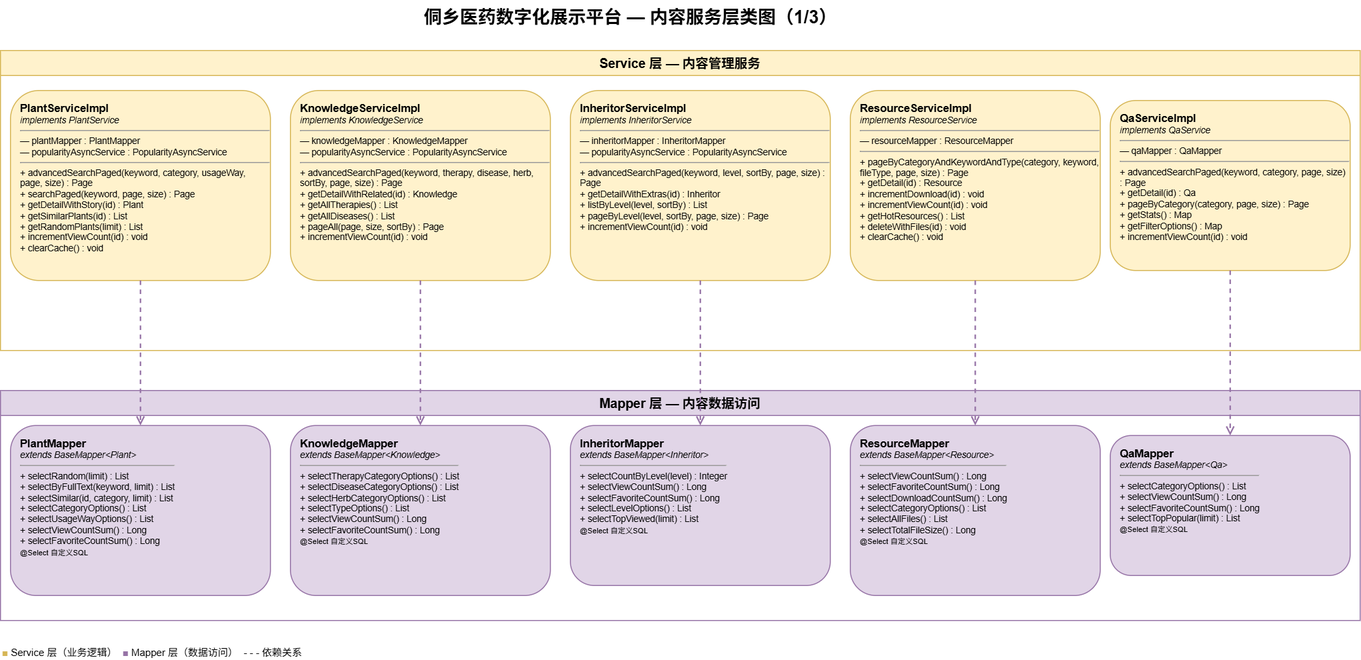
The draw.io diagram docs/diagrams-png/class-service-content.drawio.png in yhe3603-star/Graduation-Project, before a commit. Source tidied: cells renumbered, new cells last; positions are measured from the earlier drawing's top-left corner, leaving out a move shared by most shapes. Its diagram source:
```xml
<mxGraphModel>
  <root>
    <mxCell id="0" />
    <mxCell id="1" parent="0" />
    <mxCell id="2" value="侗乡医药数字化展示平台 — 内容服务层类图（1/3）" style="text;html=1;fontSize=18;fontStyle=1;align=center;" parent="1" vertex="1">
      <mxGeometry x="380" width="500" height="35" as="geometry" />
    </mxCell>
    <mxCell id="3" value="Service 层 — 内容管理服务" style="swimlane;startSize=25;fillColor=#fff2cc;strokeColor=#d6b656;fontStyle=1;fontSize=13;" parent="1" vertex="1">
      <mxGeometry y="50" width="1360" height="300" as="geometry" />
    </mxCell>
    <mxCell id="4" value="&lt;b style='font-size:11px'&gt;PlantServiceImpl&lt;/b&gt;&lt;br&gt;&lt;i&gt;implements PlantService&lt;/i&gt;&lt;hr size='1'&gt;— plantMapper : PlantMapper&lt;br&gt;— popularityAsyncService : PopularityAsyncService&lt;hr size='1'&gt;+ advancedSearchPaged(keyword, category, usageWay, page, size) : Page&lt;br&gt;+ searchPaged(keyword, page, size) : Page&lt;br&gt;+ getDetailWithStory(id) : Plant&lt;br&gt;+ getSimilarPlants(id) : List&lt;br&gt;+ getRandomPlants(limit) : List&lt;br&gt;+ incrementViewCount(id) : void&lt;br&gt;+ clearCache() : void" style="rounded=1;whiteSpace=wrap;html=1;fillColor=#fff2cc;strokeColor=#d6b656;fontSize=9;align=left;verticalAlign=top;spacingLeft=8;spacingTop=5;" parent="3" vertex="1">
      <mxGeometry x="10" y="40" width="260" height="190" as="geometry" />
    </mxCell>
    <mxCell id="5" value="&lt;b style='font-size:11px'&gt;KnowledgeServiceImpl&lt;/b&gt;&lt;br&gt;&lt;i&gt;implements KnowledgeService&lt;/i&gt;&lt;hr size='1'&gt;— knowledgeMapper : KnowledgeMapper&lt;br&gt;— popularityAsyncService : PopularityAsyncService&lt;hr size='1'&gt;+ advancedSearchPaged(keyword, therapy, disease, herb, sortBy, page, size) : Page&lt;br&gt;+ getDetailWithRelated(id) : Knowledge&lt;br&gt;+ getAllTherapies() : List&lt;br&gt;+ getAllDiseases() : List&lt;br&gt;+ pageAll(page, size, sortBy) : Page&lt;br&gt;+ incrementViewCount(id) : void" style="rounded=1;whiteSpace=wrap;html=1;fillColor=#fff2cc;strokeColor=#d6b656;fontSize=9;align=left;verticalAlign=top;spacingLeft=8;spacingTop=5;" parent="3" vertex="1">
      <mxGeometry x="290" y="40" width="260" height="190" as="geometry" />
    </mxCell>
    <mxCell id="6" value="&lt;b style='font-size:11px'&gt;InheritorServiceImpl&lt;/b&gt;&lt;br&gt;&lt;i&gt;implements InheritorService&lt;/i&gt;&lt;hr size='1'&gt;— inheritorMapper : InheritorMapper&lt;br&gt;— popularityAsyncService : PopularityAsyncService&lt;hr size='1'&gt;+ advancedSearchPaged(keyword, level, sortBy, page, size) : Page&lt;br&gt;+ getDetailWithExtras(id) : Inheritor&lt;br&gt;+ listByLevel(level, sortBy) : List&lt;br&gt;+ pageByLevel(level, sortBy, page, size) : Page&lt;br&gt;+ incrementViewCount(id) : void" style="rounded=1;whiteSpace=wrap;html=1;fillColor=#fff2cc;strokeColor=#d6b656;fontSize=9;align=left;verticalAlign=top;spacingLeft=8;spacingTop=5;" parent="3" vertex="1">
      <mxGeometry x="570" y="40" width="260" height="190" as="geometry" />
    </mxCell>
    <mxCell id="7" value="&lt;b style='font-size:11px'&gt;ResourceServiceImpl&lt;/b&gt;&lt;br&gt;&lt;i&gt;implements ResourceService&lt;/i&gt;&lt;hr size='1'&gt;— resourceMapper : ResourceMapper&lt;hr size='1'&gt;+ pageByCategoryAndKeywordAndType(category, keyword, fileType, page, size) : Page&lt;br&gt;+ getDetail(id) : Resource&lt;br&gt;+ incrementDownload(id) : void&lt;br&gt;+ incrementViewCount(id) : void&lt;br&gt;+ getHotResources() : List&lt;br&gt;+ deleteWithFiles(id) : void&lt;br&gt;+ clearCache() : void" style="rounded=1;whiteSpace=wrap;html=1;fillColor=#fff2cc;strokeColor=#d6b656;fontSize=9;align=left;verticalAlign=top;spacingLeft=8;spacingTop=5;" parent="3" vertex="1">
      <mxGeometry x="850" y="40" width="250" height="190" as="geometry" />
    </mxCell>
    <mxCell id="8" value="&lt;b style='font-size:11px'&gt;QaServiceImpl&lt;/b&gt;&lt;br&gt;&lt;i&gt;implements QaService&lt;/i&gt;&lt;hr size='1'&gt;— qaMapper : QaMapper&lt;hr size='1'&gt;+ advancedSearchPaged(keyword, category, page, size) : Page&lt;br&gt;+ getDetail(id) : Qa&lt;br&gt;+ pageByCategory(category, page, size) : Page&lt;br&gt;+ getStats() : Map&lt;br&gt;+ getFilterOptions() : Map&lt;br&gt;+ incrementViewCount(id) : void" style="rounded=1;whiteSpace=wrap;html=1;fillColor=#fff2cc;strokeColor=#d6b656;fontSize=9;align=left;verticalAlign=top;spacingLeft=8;spacingTop=5;" parent="3" vertex="1">
      <mxGeometry x="1110" y="50" width="240" height="170" as="geometry" />
    </mxCell>
    <mxCell id="9" value="Mapper 层 — 内容数据访问" style="swimlane;startSize=25;fillColor=#e1d5e7;strokeColor=#9673a6;fontStyle=1;fontSize=13;" parent="1" vertex="1">
      <mxGeometry y="390" width="1360" height="230" as="geometry" />
    </mxCell>
    <mxCell id="10" value="&lt;b style='font-size:11px'&gt;PlantMapper&lt;/b&gt;&lt;br&gt;&lt;i&gt;extends BaseMapper&amp;lt;Plant&amp;gt;&lt;/i&gt;&lt;hr size='1'&gt;+ selectRandom(limit) : List&lt;br&gt;+ selectByFullText(keyword, limit) : List&lt;br&gt;+ selectSimilar(id, category, limit) : List&lt;br&gt;+ selectCategoryOptions() : List&lt;br&gt;+ selectUsageWayOptions() : List&lt;br&gt;+ selectViewCountSum() : Long&lt;br&gt;+ selectFavoriteCountSum() : Long&lt;br&gt;&lt;small&gt;@Select 自定义SQL&lt;/small&gt;" style="rounded=1;whiteSpace=wrap;html=1;fillColor=#e1d5e7;strokeColor=#9673a6;fontSize=9;align=left;verticalAlign=top;spacingLeft=8;spacingTop=5;" parent="9" vertex="1">
      <mxGeometry x="10" y="35" width="260" height="170" as="geometry" />
    </mxCell>
    <mxCell id="11" value="&lt;b style='font-size:11px'&gt;KnowledgeMapper&lt;/b&gt;&lt;br&gt;&lt;i&gt;extends BaseMapper&amp;lt;Knowledge&amp;gt;&lt;/i&gt;&lt;hr size='1'&gt;+ selectTherapyCategoryOptions() : List&lt;br&gt;+ selectDiseaseCategoryOptions() : List&lt;br&gt;+ selectHerbCategoryOptions() : List&lt;br&gt;+ selectTypeOptions() : List&lt;br&gt;+ selectViewCountSum() : Long&lt;br&gt;+ selectFavoriteCountSum() : Long&lt;br&gt;&lt;small&gt;@Select 自定义SQL&lt;/small&gt;" style="rounded=1;whiteSpace=wrap;html=1;fillColor=#e1d5e7;strokeColor=#9673a6;fontSize=9;align=left;verticalAlign=top;spacingLeft=8;spacingTop=5;" parent="9" vertex="1">
      <mxGeometry x="290" y="35" width="260" height="170" as="geometry" />
    </mxCell>
    <mxCell id="12" value="&lt;b style='font-size:11px'&gt;InheritorMapper&lt;/b&gt;&lt;br&gt;&lt;i&gt;extends BaseMapper&amp;lt;Inheritor&amp;gt;&lt;/i&gt;&lt;hr size='1'&gt;+ selectCountByLevel(level) : Integer&lt;br&gt;+ selectViewCountSum() : Long&lt;br&gt;+ selectFavoriteCountSum() : Long&lt;br&gt;+ selectLevelOptions() : List&lt;br&gt;+ selectTopViewed(limit) : List&lt;br&gt;&lt;small&gt;@Select 自定义SQL&lt;/small&gt;" style="rounded=1;whiteSpace=wrap;html=1;fillColor=#e1d5e7;strokeColor=#9673a6;fontSize=9;align=left;verticalAlign=top;spacingLeft=8;spacingTop=5;" parent="9" vertex="1">
      <mxGeometry x="570" y="35" width="260" height="160" as="geometry" />
    </mxCell>
    <mxCell id="13" value="&lt;b style='font-size:11px'&gt;ResourceMapper&lt;/b&gt;&lt;br&gt;&lt;i&gt;extends BaseMapper&amp;lt;Resource&amp;gt;&lt;/i&gt;&lt;hr size='1'&gt;+ selectViewCountSum() : Long&lt;br&gt;+ selectFavoriteCountSum() : Long&lt;br&gt;+ selectDownloadCountSum() : Long&lt;br&gt;+ selectCategoryOptions() : List&lt;br&gt;+ selectAllFiles() : List&lt;br&gt;+ selectTotalFileSize() : Long&lt;br&gt;&lt;small&gt;@Select 自定义SQL&lt;/small&gt;" style="rounded=1;whiteSpace=wrap;html=1;fillColor=#e1d5e7;strokeColor=#9673a6;fontSize=9;align=left;verticalAlign=top;spacingLeft=8;spacingTop=5;" parent="9" vertex="1">
      <mxGeometry x="850" y="35" width="250" height="170" as="geometry" />
    </mxCell>
    <mxCell id="14" value="&lt;b style='font-size:11px'&gt;QaMapper&lt;/b&gt;&lt;br&gt;&lt;i&gt;extends BaseMapper&amp;lt;Qa&amp;gt;&lt;/i&gt;&lt;hr size='1'&gt;+ selectCategoryOptions() : List&lt;br&gt;+ selectViewCountSum() : Long&lt;br&gt;+ selectFavoriteCountSum() : Long&lt;br&gt;+ selectTopPopular(limit) : List&lt;br&gt;&lt;small&gt;@Select 自定义SQL&lt;/small&gt;" style="rounded=1;whiteSpace=wrap;html=1;fillColor=#e1d5e7;strokeColor=#9673a6;fontSize=9;align=left;verticalAlign=top;spacingLeft=8;spacingTop=5;" parent="9" vertex="1">
      <mxGeometry x="1110" y="45" width="240" height="140" as="geometry" />
    </mxCell>
    <mxCell id="15" style="edgeStyle=orthogonalEdgeStyle;rounded=1;strokeWidth=1.5;endArrow=open;endFill=0;dashed=1;strokeColor=#9673a6;fontSize=9;" parent="1" edge="1" source="4" target="10">
      <mxGeometry relative="1" as="geometry" />
    </mxCell>
    <mxCell id="16" style="edgeStyle=orthogonalEdgeStyle;rounded=1;strokeWidth=1.5;endArrow=open;endFill=0;dashed=1;strokeColor=#9673a6;fontSize=9;" parent="1" edge="1" source="5" target="11">
      <mxGeometry relative="1" as="geometry" />
    </mxCell>
    <mxCell id="17" style="edgeStyle=orthogonalEdgeStyle;rounded=1;strokeWidth=1.5;endArrow=open;endFill=0;dashed=1;strokeColor=#9673a6;fontSize=9;" parent="1" edge="1" source="6" target="12">
      <mxGeometry relative="1" as="geometry" />
    </mxCell>
    <mxCell id="18" style="edgeStyle=orthogonalEdgeStyle;rounded=1;strokeWidth=1.5;endArrow=open;endFill=0;dashed=1;strokeColor=#9673a6;fontSize=9;" parent="1" edge="1" source="7" target="13">
      <mxGeometry relative="1" as="geometry" />
    </mxCell>
    <mxCell id="19" style="edgeStyle=orthogonalEdgeStyle;rounded=1;strokeWidth=1.5;endArrow=open;endFill=0;dashed=1;strokeColor=#9673a6;fontSize=9;" parent="1" edge="1" source="8" target="14">
      <mxGeometry relative="1" as="geometry" />
    </mxCell>
    <mxCell id="20" value="&lt;span style='color:#d6b656'&gt;■&lt;/span&gt; Service 层（业务逻辑）&amp;nbsp;&amp;nbsp;&lt;span style='color:#9673a6'&gt;■&lt;/span&gt; Mapper 层（数据访问）&amp;nbsp;&amp;nbsp;&lt;i&gt;- - -&lt;/i&gt; 依赖关系" style="text;html=1;fontSize=10;align=left;" parent="1" vertex="1">
      <mxGeometry y="640" width="500" height="20" as="geometry" />
    </mxCell>
  </root>
</mxGraphModel>
```
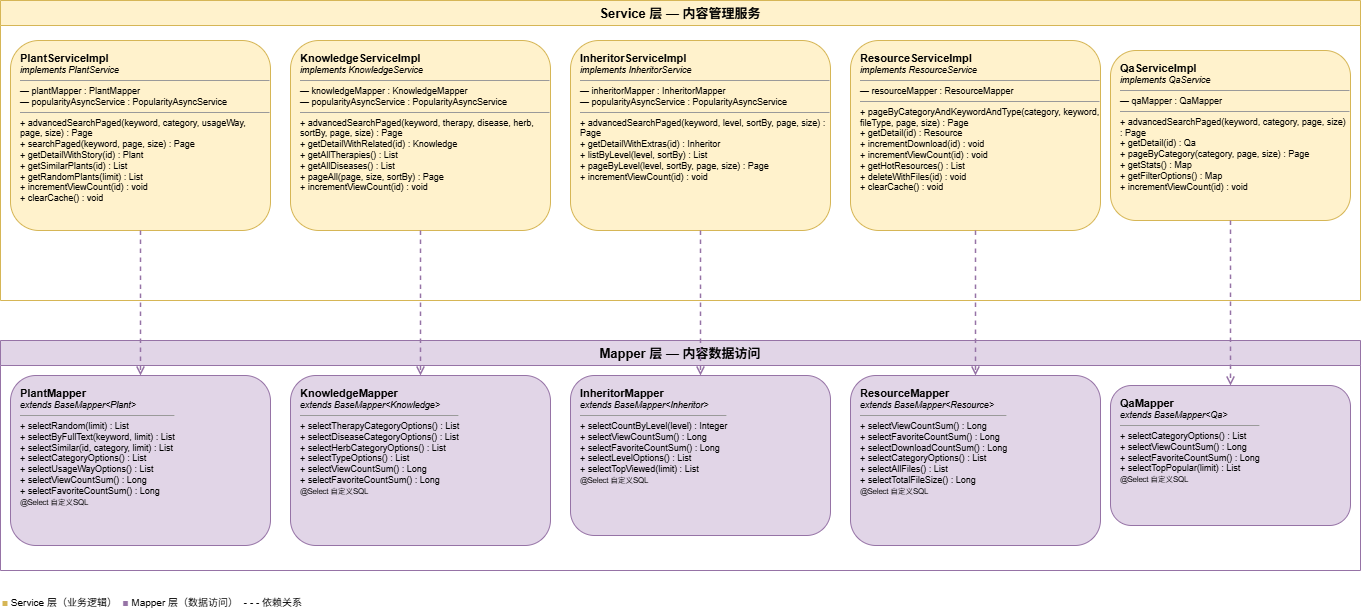
Above is the later version.

What changed in the source:
```diff
@@ -2,9 +2,6 @@
   <root>
     <mxCell id="0" />
     <mxCell id="1" parent="0" />
-    <mxCell id="2" value="侗乡医药数字化展示平台 — 内容服务层类图（1/3）" style="text;html=1;fontSize=18;fontStyle=1;align=center;" parent="1" vertex="1">
-      <mxGeometry x="380" width="500" height="35" as="geometry" />
-    </mxCell>
     <mxCell id="3" value="Service 层 — 内容管理服务" style="swimlane;startSize=25;fillColor=#fff2cc;strokeColor=#d6b656;fontStyle=1;fontSize=13;" parent="1" vertex="1">
       <mxGeometry y="50" width="1360" height="300" as="geometry" />
     </mxCell>
```
